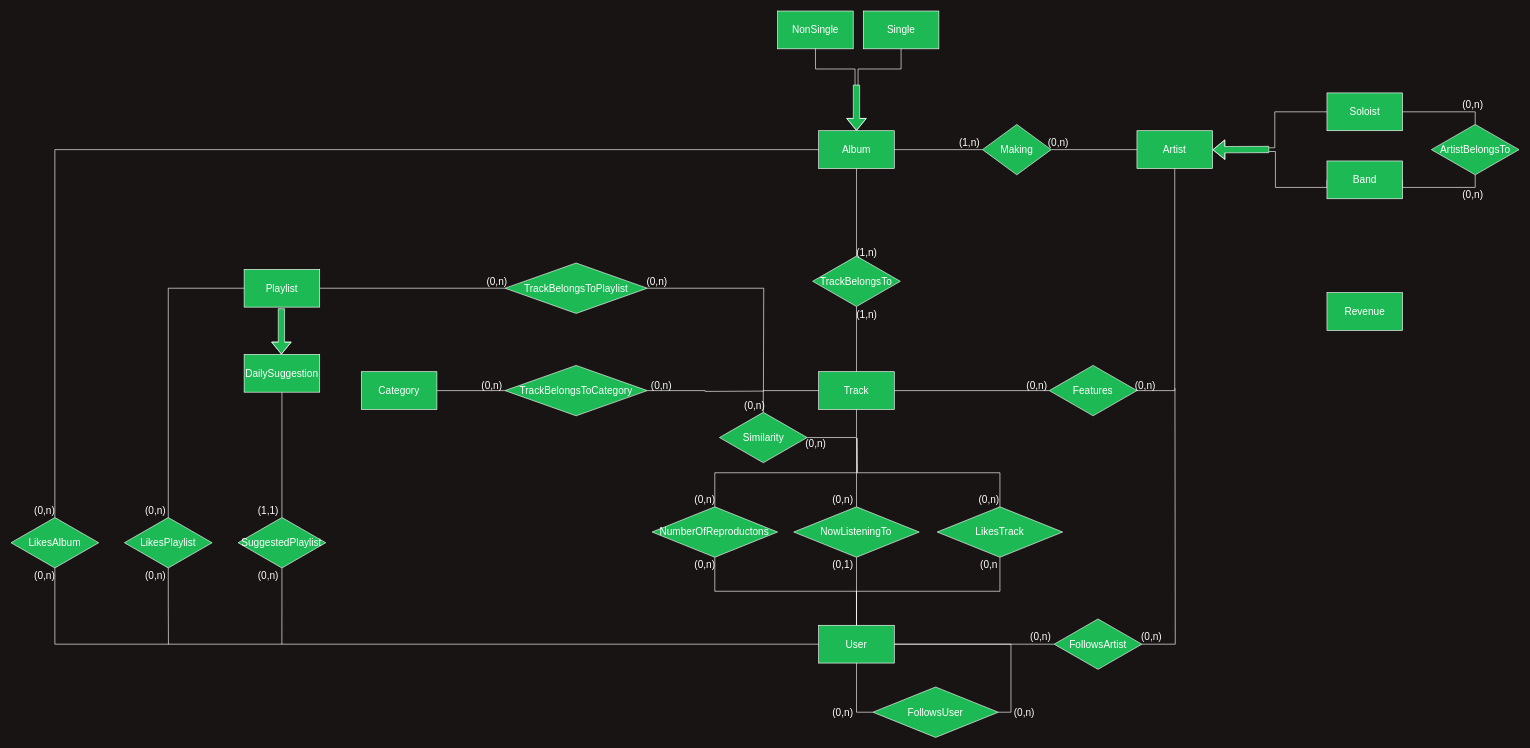
Earlier version of the draw.io diagram Documentazione/Spotty.drawio (gabrycina/spotify-clone). Source tidied: cells renumbered, new cells numbered last; positions are measured from the earlier drawing's top-left corner, leaving out a move shared by most shapes. Both pictures are drawn from the tidied source at 63%, with x=0, y=0 at pixel (11, 11).
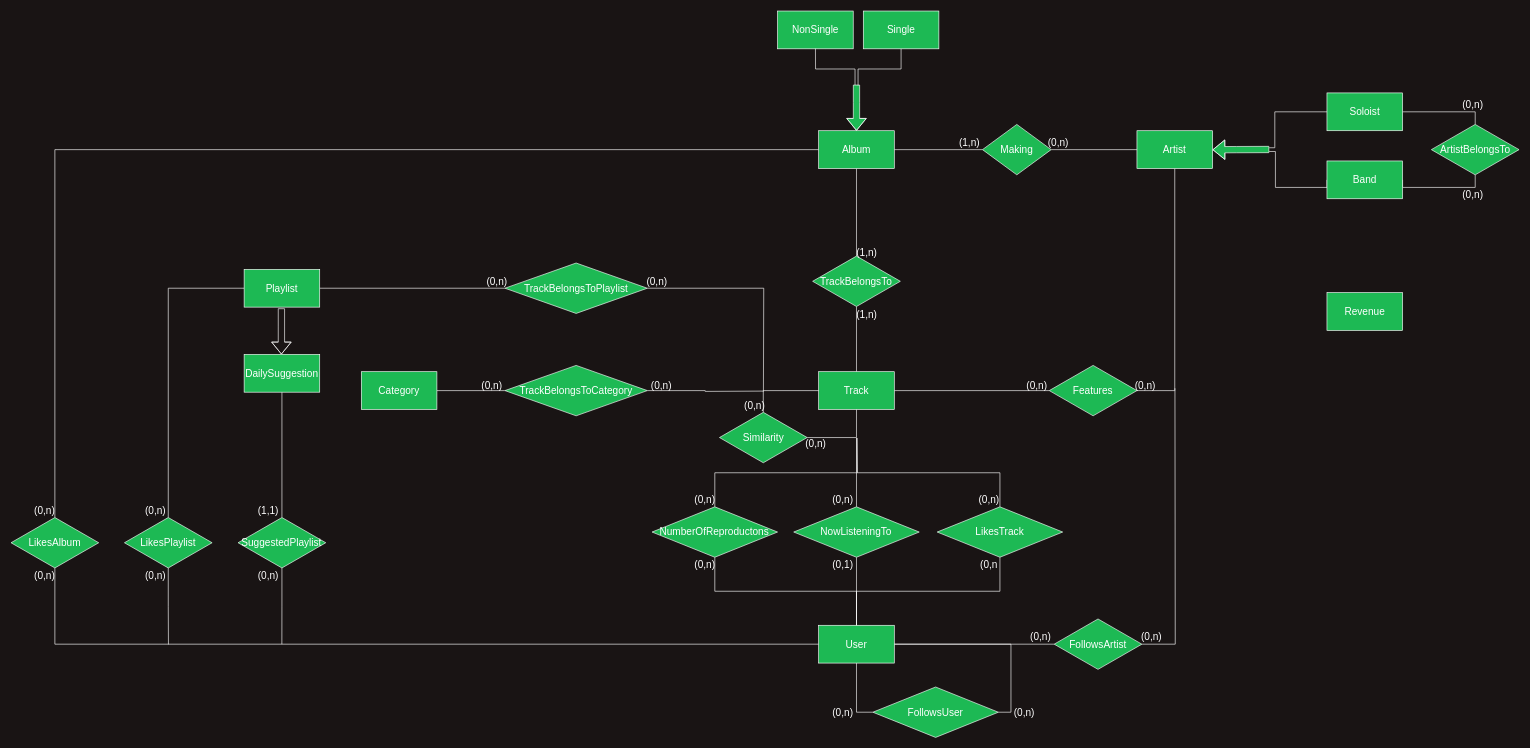
The same page after the edit.

Commit message:
empty arrow fixed

What changed in the source:
```diff
@@
-    <mxCell id="56" style="shape=flexArrow;endArrow=classic;html=1;rounded=0;fontSize=16;fontColor=#FFFFFF;strokeColor=#FFFFFF;fillColor=#1DB954;entryX=0.5;entryY=0;entryDx=0;entryDy=0;" parent="1" edge="1">
+    <mxCell id="56" style="shape=flexArrow;endArrow=classic;html=1;rounded=0;fontSize=16;fontColor=#FFFFFF;strokeColor=#FFFFFF;fillColor=#191414;entryX=0.5;entryY=0;entryDx=0;entryDy=0;" parent="1" edge="1">
       <mxGeometry relative="1" as="geometry">
         <mxPoint x="429.2" y="472" as="sourcePoint" />
         <mxPoint x="429.2" y="545" as="targetPoint" />
         <Array as="points">
           <mxPoint x="429.2" y="500" />
         </Array>
       </mxGeometry>
     </mxCell>
```
